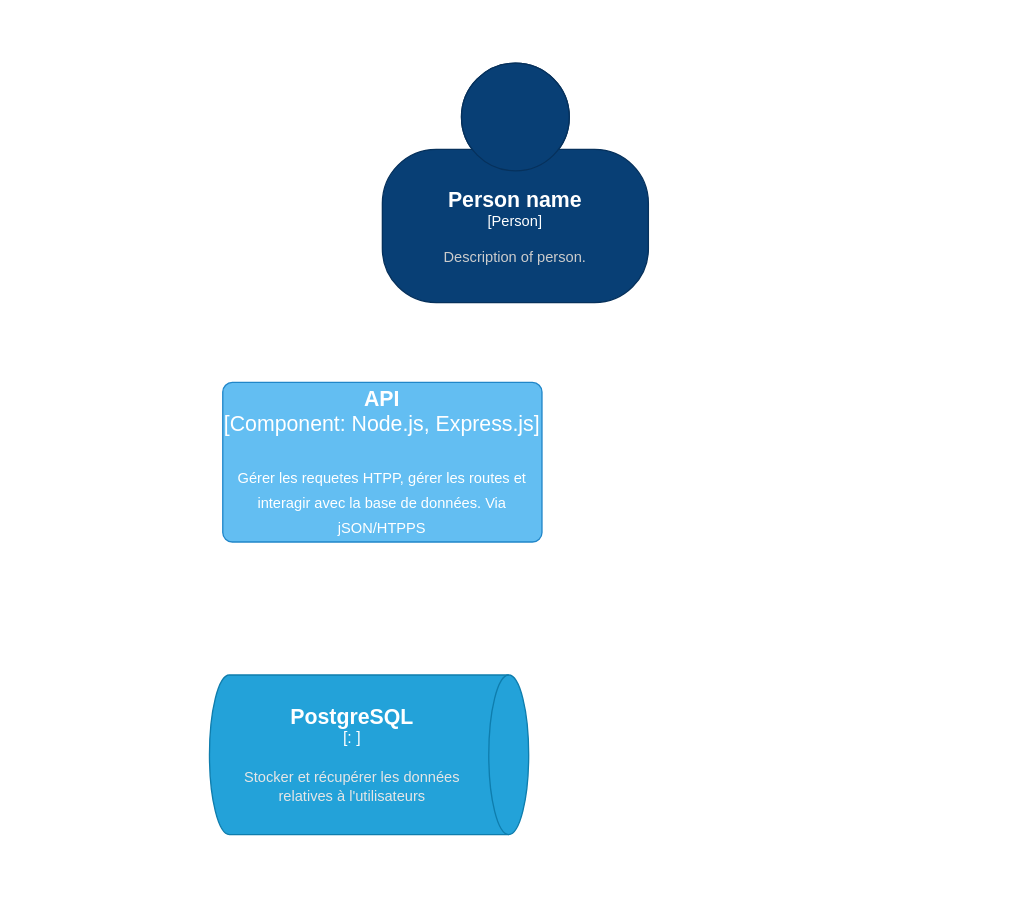
Above: page "Container" (2 of 3) of twitter2.drawio in JeanMarieSamakila/twitterbackend (draw.io), before the change. Source tidied: cells renumbered, new cells numbered last; positions are measured from the earlier drawing's top-left corner, leaving out a move shared by most shapes. Both pictures are drawn from the tidied source at 133%, with x=0, y=0 at pixel (209, 63).
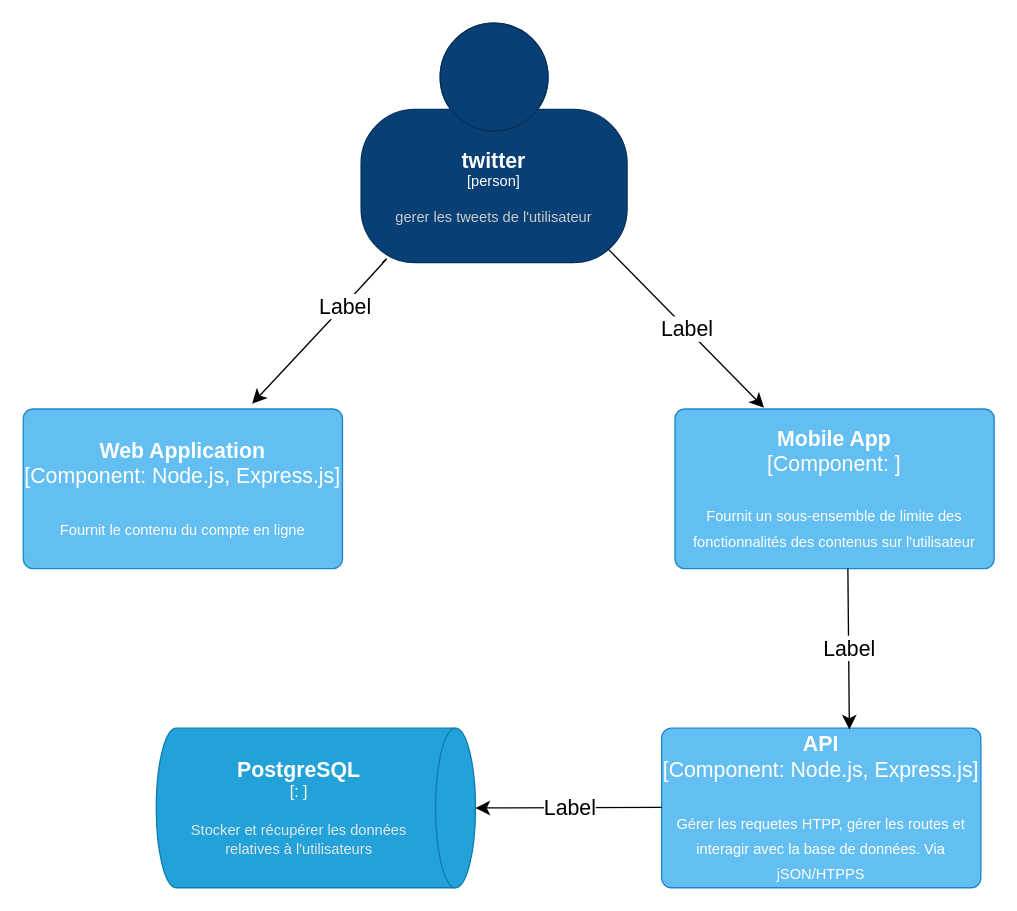
The same diagram, later.

Change to the diagram source:
```diff
@@
-    <object id="2" label="&lt;font style=&quot;font-size: 16px&quot;&gt;&lt;b&gt;%c4Name%&lt;/b&gt;&lt;/font&gt;&lt;div&gt;[%c4Type%]&lt;/div&gt;&lt;br&gt;&lt;div&gt;&lt;font style=&quot;font-size: 11px&quot;&gt;&lt;font color=&quot;#cccccc&quot;&gt;%c4Description%&lt;/font&gt;&lt;/div&gt;" c4Description="Description of person." c4Name="Person name" c4Type="Person" placeholders="1">
-      <mxCell style="html=1;fontSize=11;dashed=0;whiteSpace=wrap;fillColor=#083F75;strokeColor=#06315C;fontColor=#ffffff;shape=mxgraph.c4.person2;align=center;" parent="1" vertex="1">
-        <mxGeometry x="130" width="200" height="180" as="geometry" />
-      </mxCell>
-    </object>
-    <object id="3" label="&lt;font style=&quot;font-size: 16px&quot;&gt;&lt;b&gt;%c4Name%&lt;/b&gt;&lt;/font&gt;&lt;div&gt;[%c4Type%: %c4Technology%]&lt;/div&gt;&lt;br&gt;&lt;div&gt;&lt;font style=&quot;font-size: 11px&quot;&gt;%c4Description%&lt;/font&gt;&lt;/div&gt;" c4Description="Gérer les requetes HTPP, gérer les routes et interagir avec la base de données. Via jSON/HTPPS" c4Name="API" c4Technology="Node.js, Express.js" c4Type="Component" placeholders="1">
+    <object id="3" label="&lt;font style=&quot;font-size: 16px&quot;&gt;&lt;b&gt;%c4Name%&lt;/b&gt;&lt;/font&gt;&lt;div&gt;[%c4Type%: %c4Technology%]&lt;/div&gt;&lt;br&gt;&lt;div&gt;&lt;font style=&quot;font-size: 11px&quot;&gt;%c4Description%&lt;/font&gt;&lt;/div&gt;" c4Description="Fournit le contenu du compte en ligne" c4Name="Web Application" c4Technology="Node.js, Express.js" c4Type="Component" placeholders="1">
       <mxCell style="rounded=1;whiteSpace=wrap;html=1;labelBackgroundColor=none;fillColor=#63BEF2;fontColor=#ffffff;align=center;arcSize=6;strokeColor=#2086C9;points=[[0.25,0,0],[0.5,0,0],[0.75,0,0],[1,0.25,0],[1,0.5,0],[1,0.75,0],[0.75,1,0],[0.5,1,0],[0.25,1,0],[0,0.75,0],[0,0.5,0],[0,0.25,0]];fontSize=16;" parent="1" vertex="1">
-        <mxGeometry x="10" y="240" width="240" height="120" as="geometry" />
+        <mxGeometry x="-140" y="260" width="240" height="120" as="geometry" />
       </mxCell>
     </object>
     <object id="4" label="&lt;font style=&quot;font-size: 16px&quot;&gt;&lt;b&gt;%c4Type%&lt;/b&gt;&lt;/font&gt;&lt;div&gt;[%c4Container%:&amp;nbsp;%c4Technology%]&lt;/div&gt;&lt;br&gt;&lt;div&gt;&lt;font style=&quot;font-size: 11px&quot;&gt;&lt;font color=&quot;#E6E6E6&quot;&gt;%c4Description%&lt;/font&gt;&lt;/div&gt;" c4Container="" c4Description="Stocker et récupérer les données relatives à l'utilisateurs " c4Technology="" c4Type="PostgreSQL" placeholders="1">
       <mxCell style="shape=cylinder3;size=15;direction=south;whiteSpace=wrap;html=1;boundedLbl=1;rounded=0;labelBackgroundColor=none;fillColor=#23A2D9;fontSize=12;fontColor=#ffffff;align=center;strokeColor=#0E7DAD;points=[[0.5,0,0],[1,0.25,0],[1,0.5,0],[1,0.75,0],[0.5,1,0],[0,0.75,0],[0,0.5,0],[0,0.25,0]];" parent="1" vertex="1">
-        <mxGeometry y="460" width="240" height="120" as="geometry" />
+        <mxGeometry x="-40" y="500" width="240" height="120" as="geometry" />
       </mxCell>
     </object>
+    <object id="2" label="&lt;font style=&quot;font-size: 16px&quot;&gt;&lt;b&gt;%c4Name%&lt;/b&gt;&lt;/font&gt;&lt;div&gt;[%c4Type%]&lt;/div&gt;&lt;br&gt;&lt;div&gt;&lt;font style=&quot;font-size: 11px&quot;&gt;&lt;font color=&quot;#cccccc&quot;&gt;%c4Description%&lt;/font&gt;&lt;/div&gt;" c4Description="gerer les tweets de l'utilisateur" c4Name="twitter " c4Type="person" placeholders="1">
+      <mxCell style="html=1;fontSize=11;dashed=0;whiteSpace=wrap;fillColor=#083F75;strokeColor=#06315C;fontColor=#ffffff;shape=mxgraph.c4.person2;align=center;" parent="1" vertex="1">
+        <mxGeometry x="114" y="-30" width="200" height="180" as="geometry" />
+      </mxCell>
+    </object>
+    <object id="5" label="&lt;font style=&quot;font-size: 16px&quot;&gt;&lt;b&gt;%c4Name%&lt;/b&gt;&lt;/font&gt;&lt;div&gt;[%c4Type%: %c4Technology%]&lt;/div&gt;&lt;br&gt;&lt;div&gt;&lt;font style=&quot;font-size: 11px&quot;&gt;%c4Description%&lt;/font&gt;&lt;/div&gt;" c4Description="Gérer les requetes HTPP, gérer les routes et interagir avec la base de données. Via jSON/HTPPS" c4Name="API" c4Technology="Node.js, Express.js" c4Type="Component" placeholders="1">
+      <mxCell style="rounded=1;whiteSpace=wrap;html=1;labelBackgroundColor=none;fillColor=#63BEF2;fontColor=#ffffff;align=center;arcSize=6;strokeColor=#2086C9;points=[[0.25,0,0],[0.5,0,0],[0.75,0,0],[1,0.25,0],[1,0.5,0],[1,0.75,0],[0.75,1,0],[0.5,1,0],[0.25,1,0],[0,0.75,0],[0,0.5,0],[0,0.25,0]];fontSize=16;" parent="1" vertex="1">
+        <mxGeometry x="340" y="500" width="240" height="120" as="geometry" />
+      </mxCell>
+    </object>
+    <object id="6" label="&lt;font style=&quot;font-size: 16px&quot;&gt;&lt;b&gt;%c4Name%&lt;/b&gt;&lt;/font&gt;&lt;div&gt;[%c4Type%: %c4Technology%]&lt;/div&gt;&lt;br&gt;&lt;div&gt;&lt;font style=&quot;font-size: 11px&quot;&gt;%c4Description%&lt;/font&gt;&lt;/div&gt;" c4Description="Fournit un sous-ensemble de limite des fonctionnalités des contenus sur l'utilisateur" c4Name="Mobile App" c4Technology="" c4Type="Component" placeholders="1">
+      <mxCell style="rounded=1;whiteSpace=wrap;html=1;labelBackgroundColor=none;fillColor=#63BEF2;fontColor=#ffffff;align=center;arcSize=6;strokeColor=#2086C9;points=[[0.25,0,0],[0.5,0,0],[0.75,0,0],[1,0.25,0],[1,0.5,0],[1,0.75,0],[0.75,1,0],[0.5,1,0],[0.25,1,0],[0,0.75,0],[0,0.5,0],[0,0.25,0]];fontSize=16;" parent="1" vertex="1">
+        <mxGeometry x="350" y="260" width="240" height="120" as="geometry" />
+      </mxCell>
+    </object>
+    <mxCell id="7" style="endArrow=classic;html=1;rounded=0;fontSize=12;startSize=8;endSize=8;curved=1;entryX=0.717;entryY=-0.033;entryDx=0;entryDy=0;entryPerimeter=0;" parent="1" edge="1" target="3">
+      <mxGeometry relative="1" as="geometry">
+        <mxPoint x="130" y="150" as="sourcePoint" />
+        <Array as="points">
+          <mxPoint x="150" y="130" />
+        </Array>
+      </mxGeometry>
+    </mxCell>
+    <mxCell id="8" value="Label" style="edgeLabel;html=1;align=center;verticalAlign=middle;fontSize=16;" parent="7" vertex="1">
+      <mxGeometry relative="1" as="geometry" />
+    </mxCell>
+    <mxCell id="9" style="endArrow=classic;html=1;rounded=0;fontSize=12;startSize=8;endSize=8;curved=1;entryX=0.279;entryY=-0.008;entryDx=0;entryDy=0;entryPerimeter=0;" parent="1" edge="1" target="6">
+      <mxGeometry relative="1" as="geometry">
+        <mxPoint x="300" y="140" as="sourcePoint" />
+      </mxGeometry>
+    </mxCell>
+    <mxCell id="10" value="Label" style="edgeLabel;html=1;align=center;verticalAlign=middle;fontSize=16;" parent="9" vertex="1">
+      <mxGeometry relative="1" as="geometry" />
+    </mxCell>
+    <mxCell id="11" style="endArrow=classic;html=1;rounded=0;fontSize=12;startSize=8;endSize=8;curved=1;entryX=0.588;entryY=0.008;entryDx=0;entryDy=0;entryPerimeter=0;" parent="1" edge="1" target="5">
+      <mxGeometry relative="1" as="geometry">
+        <mxPoint x="480" y="380" as="sourcePoint" />
+      </mxGeometry>
+    </mxCell>
+    <mxCell id="12" value="Label" style="edgeLabel;html=1;align=center;verticalAlign=middle;fontSize=16;" parent="11" vertex="1">
+      <mxGeometry relative="1" as="geometry" />
+    </mxCell>
+    <mxCell id="13" style="endArrow=classic;html=1;rounded=0;fontSize=12;startSize=8;endSize=8;curved=1;entryX=0.5;entryY=0;entryDx=0;entryDy=0;entryPerimeter=0;" parent="1" edge="1" target="4">
+      <mxGeometry relative="1" as="geometry">
+        <mxPoint x="340" y="559.5" as="sourcePoint" />
+      </mxGeometry>
+    </mxCell>
+    <mxCell id="14" value="Label" style="edgeLabel;html=1;align=center;verticalAlign=middle;fontSize=16;" parent="13" vertex="1">
+      <mxGeometry relative="1" as="geometry" />
+    </mxCell>
```
